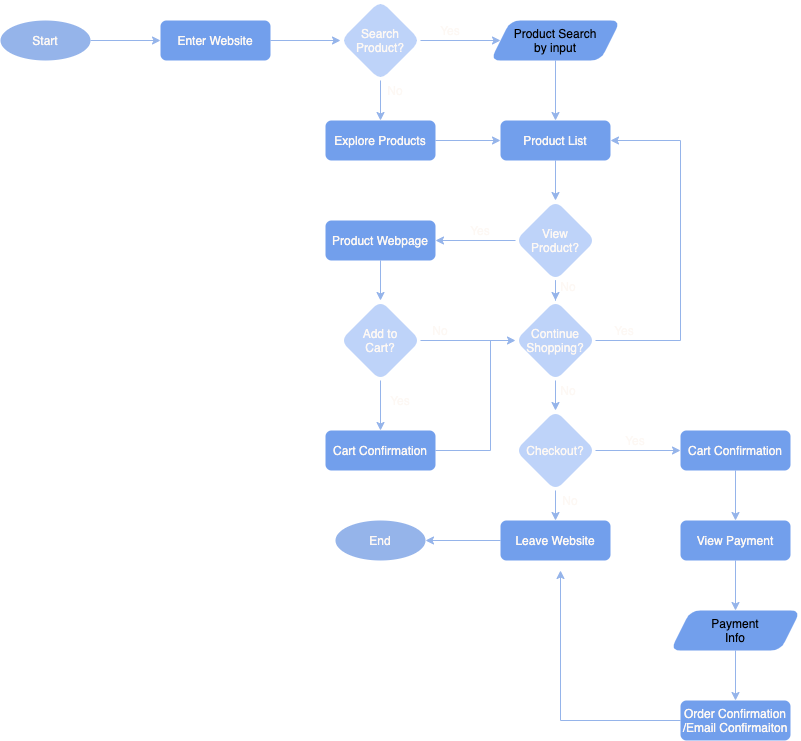
Before: explore/diagramming/diagram.drawio.png, a diagram exported from draw.io (dangjoey/fa21-cse110-lab4). Source tidied: cells renumbered, new cells last; positions are measured from the earlier drawing's top-left corner, leaving out a move shared by most shapes.
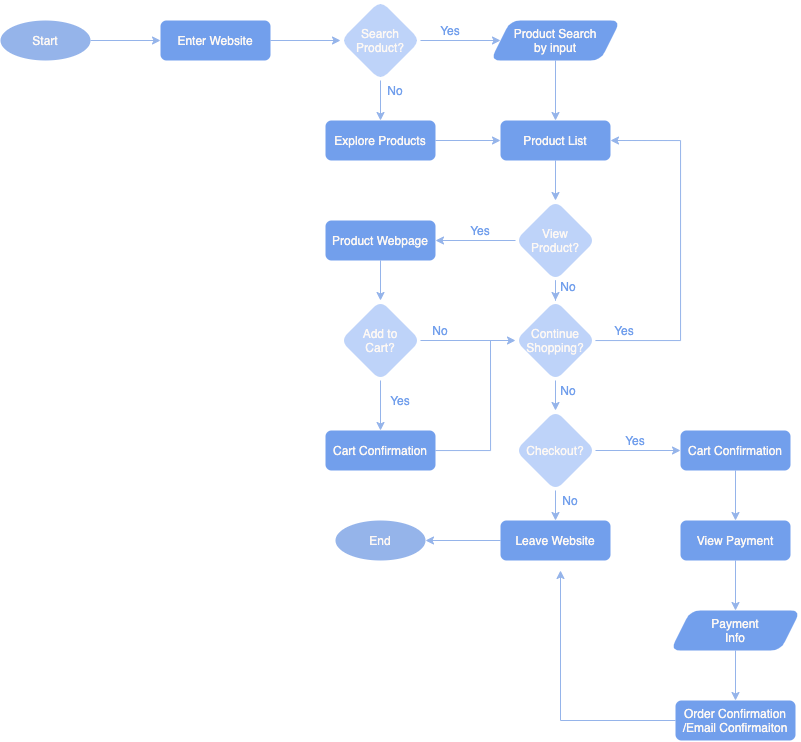
After the commit.

Commit message:
Finish diagram flowchart

Diff of the diagram source:
```diff
@@ -2,7 +2,7 @@
   <root>
     <mxCell id="0" />
     <mxCell id="1" parent="0" />
-    <mxCell id="2" value="No" style="text;html=1;strokeColor=none;fillColor=none;align=center;verticalAlign=middle;whiteSpace=wrap;rounded=0;fontColor=#FDF8F4;" parent="1" vertex="1">
+    <mxCell id="2" value="No" style="text;html=1;strokeColor=none;fillColor=none;align=center;verticalAlign=middle;whiteSpace=wrap;rounded=0;fontColor=#729FEC;" parent="1" vertex="1">
       <mxGeometry x="550" y="490" width="40" height="20" as="geometry" />
     </mxCell>
     <mxCell id="3" style="edgeStyle=orthogonalEdgeStyle;rounded=0;jettySize=auto;html=1;strokeColor=#95B4EA;" parent="1" edge="1" source="4" target="9">
@@ -29,7 +29,7 @@
     <mxCell id="10" style="edgeStyle=orthogonalEdgeStyle;rounded=0;jettySize=auto;html=1;fontColor=#FDF8F4;strokeColor=#95B4EA;" parent="1" edge="1" source="11" target="18">
       <mxGeometry relative="1" as="geometry" />
     </mxCell>
-    <mxCell id="11" value="Product Search&lt;br&gt;by input" style="shape=parallelogram;perimeter=parallelogramPerimeter;whiteSpace=wrap;html=1;fixedSize=1;rounded=1;strokeColor=none;fillColor=#729FEC;" parent="1" vertex="1">
+    <mxCell id="11" value="&lt;font color=&quot;#fdf8f4&quot;&gt;Product Search&lt;br&gt;by input&lt;/font&gt;" style="shape=parallelogram;perimeter=parallelogramPerimeter;whiteSpace=wrap;html=1;fixedSize=1;rounded=1;strokeColor=none;fillColor=#729FEC;" parent="1" vertex="1">
       <mxGeometry x="490" y="20" width="130" height="40" as="geometry" />
     </mxCell>
     <mxCell id="12" style="edgeStyle=orthogonalEdgeStyle;rounded=0;jettySize=auto;html=1;fontColor=#FDF8F4;strokeColor=#95B4EA;" parent="1" edge="1" source="13" target="18">
@@ -41,10 +41,10 @@
     <mxCell id="14" style="edgeStyle=orthogonalEdgeStyle;rounded=0;orthogonalLoop=1;jettySize=auto;html=1;exitX=0.5;exitY=1;exitDx=0;exitDy=0;fontColor=#FDF8F4;" parent="1" edge="1" source="11" target="11">
       <mxGeometry relative="1" as="geometry" />
     </mxCell>
-    <mxCell id="15" value="No" style="text;html=1;strokeColor=none;fillColor=none;align=center;verticalAlign=middle;whiteSpace=wrap;rounded=0;fontColor=#FDF8F4;" parent="1" vertex="1">
+    <mxCell id="15" value="No" style="text;html=1;strokeColor=none;fillColor=none;align=center;verticalAlign=middle;whiteSpace=wrap;rounded=0;fontColor=#729FEC;" parent="1" vertex="1">
       <mxGeometry x="375" y="80" width="40" height="20" as="geometry" />
     </mxCell>
-    <mxCell id="16" value="Yes" style="text;html=1;strokeColor=none;fillColor=none;align=center;verticalAlign=middle;whiteSpace=wrap;rounded=0;fontColor=#FDF8F4;" parent="1" vertex="1">
+    <mxCell id="16" value="Yes" style="text;html=1;strokeColor=none;fillColor=none;align=center;verticalAlign=middle;whiteSpace=wrap;rounded=0;fontColor=#729FEC;" parent="1" vertex="1">
       <mxGeometry x="430" y="20" width="40" height="20" as="geometry" />
     </mxCell>
     <mxCell id="17" style="edgeStyle=orthogonalEdgeStyle;rounded=0;jettySize=auto;html=1;fontColor=#95B4EA;strokeColor=#95B4EA;" parent="1" edge="1" source="18" target="21">
@@ -99,19 +99,19 @@
     <mxCell id="31" value="Continue&lt;br&gt;Shopping?" style="rhombus;whiteSpace=wrap;html=1;rounded=1;fontColor=#FDF8F4;strokeColor=none;fillColor=#BED3F9;" parent="1" vertex="1">
       <mxGeometry x="515" y="300" width="80" height="80" as="geometry" />
     </mxCell>
-    <mxCell id="32" value="No" style="text;html=1;strokeColor=none;fillColor=none;align=center;verticalAlign=middle;whiteSpace=wrap;rounded=0;fontColor=#FDF8F4;" parent="1" vertex="1">
+    <mxCell id="32" value="No" style="text;html=1;strokeColor=none;fillColor=none;align=center;verticalAlign=middle;whiteSpace=wrap;rounded=0;fontColor=#729FEC;" parent="1" vertex="1">
       <mxGeometry x="548" y="276" width="40" height="20" as="geometry" />
     </mxCell>
-    <mxCell id="33" value="Yes" style="text;html=1;strokeColor=none;fillColor=none;align=center;verticalAlign=middle;whiteSpace=wrap;rounded=0;fontColor=#FDF8F4;" parent="1" vertex="1">
+    <mxCell id="33" value="Yes" style="text;html=1;strokeColor=none;fillColor=none;align=center;verticalAlign=middle;whiteSpace=wrap;rounded=0;fontColor=#729FEC;" parent="1" vertex="1">
       <mxGeometry x="460" y="220" width="40" height="20" as="geometry" />
     </mxCell>
-    <mxCell id="34" value="Yes" style="text;html=1;strokeColor=none;fillColor=none;align=center;verticalAlign=middle;whiteSpace=wrap;rounded=0;fontColor=#FDF8F4;" parent="1" vertex="1">
+    <mxCell id="34" value="Yes" style="text;html=1;strokeColor=none;fillColor=none;align=center;verticalAlign=middle;whiteSpace=wrap;rounded=0;fontColor=#729FEC;" parent="1" vertex="1">
       <mxGeometry x="380" y="390" width="40" height="20" as="geometry" />
     </mxCell>
-    <mxCell id="35" value="No" style="text;html=1;strokeColor=none;fillColor=none;align=center;verticalAlign=middle;whiteSpace=wrap;rounded=0;fontColor=#FDF8F4;" parent="1" vertex="1">
+    <mxCell id="35" value="No" style="text;html=1;strokeColor=none;fillColor=none;align=center;verticalAlign=middle;whiteSpace=wrap;rounded=0;fontColor=#729FEC;" parent="1" vertex="1">
       <mxGeometry x="420" y="320" width="40" height="20" as="geometry" />
     </mxCell>
-    <mxCell id="36" value="Yes" style="text;html=1;strokeColor=none;fillColor=none;align=center;verticalAlign=middle;whiteSpace=wrap;rounded=0;fontColor=#FDF8F4;" parent="1" vertex="1">
+    <mxCell id="36" value="Yes" style="text;html=1;strokeColor=none;fillColor=none;align=center;verticalAlign=middle;whiteSpace=wrap;rounded=0;fontColor=#729FEC;" parent="1" vertex="1">
       <mxGeometry x="604" y="320" width="40" height="20" as="geometry" />
     </mxCell>
     <mxCell id="37" style="edgeStyle=none;rounded=0;jettySize=auto;html=1;fontColor=#95B4EA;endArrow=classic;endFill=1;strokeColor=#95B4EA;" parent="1" edge="1" source="39" target="42">
@@ -123,7 +123,7 @@
     <mxCell id="39" value="Checkout?" style="rhombus;whiteSpace=wrap;html=1;rounded=1;fontColor=#FDF8F4;strokeColor=none;fillColor=#BED3F9;" parent="1" vertex="1">
       <mxGeometry x="515" y="410" width="80" height="80" as="geometry" />
     </mxCell>
-    <mxCell id="40" value="Yes" style="text;html=1;strokeColor=none;fillColor=none;align=center;verticalAlign=middle;whiteSpace=wrap;rounded=0;fontColor=#FDF8F4;" parent="1" vertex="1">
+    <mxCell id="40" value="Yes" style="text;html=1;strokeColor=none;fillColor=none;align=center;verticalAlign=middle;whiteSpace=wrap;rounded=0;fontColor=#729FEC;" parent="1" vertex="1">
       <mxGeometry x="615" y="430" width="40" height="20" as="geometry" />
     </mxCell>
     <mxCell id="41" style="edgeStyle=none;rounded=0;jettySize=auto;html=1;fontColor=#95B4EA;startArrow=none;startFill=0;endArrow=classic;endFill=1;strokeColor=#95B4EA;" parent="1" edge="1" source="42" target="48">
@@ -132,7 +132,7 @@
     <mxCell id="42" value="Cart Confirmation" style="rounded=1;whiteSpace=wrap;html=1;fillColor=#729FEC;strokeColor=none;fontColor=#FDF8F4;" parent="1" vertex="1">
       <mxGeometry x="680" y="430" width="110" height="40" as="geometry" />
     </mxCell>
-    <mxCell id="43" value="No" style="text;html=1;strokeColor=none;fillColor=none;align=center;verticalAlign=middle;whiteSpace=wrap;rounded=0;fontColor=#FDF8F4;" parent="1" vertex="1">
+    <mxCell id="43" value="No" style="text;html=1;strokeColor=none;fillColor=none;align=center;verticalAlign=middle;whiteSpace=wrap;rounded=0;fontColor=#729FEC;" parent="1" vertex="1">
       <mxGeometry x="548" y="380" width="40" height="20" as="geometry" />
     </mxCell>
     <mxCell id="44" style="edgeStyle=none;rounded=0;jettySize=auto;html=1;fontColor=#95B4EA;startArrow=none;startFill=0;endArrow=classic;endFill=1;strokeColor=#95B4EA;" parent="1" edge="1" source="45" target="46">
@@ -153,7 +153,7 @@
     <mxCell id="49" style="edgeStyle=none;rounded=0;jettySize=auto;html=1;fontColor=#95B4EA;startArrow=none;startFill=0;endArrow=classic;endFill=1;strokeColor=#95B4EA;" parent="1" edge="1" source="50" target="52">
       <mxGeometry relative="1" as="geometry" />
     </mxCell>
-    <mxCell id="50" value="Payment&lt;br&gt;Info" style="shape=parallelogram;perimeter=parallelogramPerimeter;whiteSpace=wrap;html=1;fixedSize=1;rounded=1;strokeColor=none;fillColor=#729FEC;" parent="1" vertex="1">
+    <mxCell id="50" value="&lt;font color=&quot;#fdf8f4&quot;&gt;Payment&lt;br&gt;Info&lt;/font&gt;" style="shape=parallelogram;perimeter=parallelogramPerimeter;whiteSpace=wrap;html=1;fixedSize=1;rounded=1;strokeColor=none;fillColor=#729FEC;" parent="1" vertex="1">
       <mxGeometry x="670" y="610" width="130" height="40" as="geometry" />
     </mxCell>
     <mxCell id="51" style="edgeStyle=none;rounded=0;jettySize=auto;html=1;fontColor=#95B4EA;startArrow=none;startFill=0;endArrow=classic;endFill=1;strokeColor=#95B4EA;" parent="1" edge="1" source="52">
@@ -165,7 +165,7 @@
       </mxGeometry>
     </mxCell>
     <mxCell id="52" value="Order Confirmation /Email Confirmaiton" style="rounded=1;whiteSpace=wrap;html=1;fillColor=#729FEC;strokeColor=none;fontColor=#FDF8F4;" parent="1" vertex="1">
-      <mxGeometry x="680" y="700" width="110" height="40" as="geometry" />
+      <mxGeometry x="675" y="700" width="120" height="40" as="geometry" />
     </mxCell>
   </root>
 </mxGraphModel>
```
